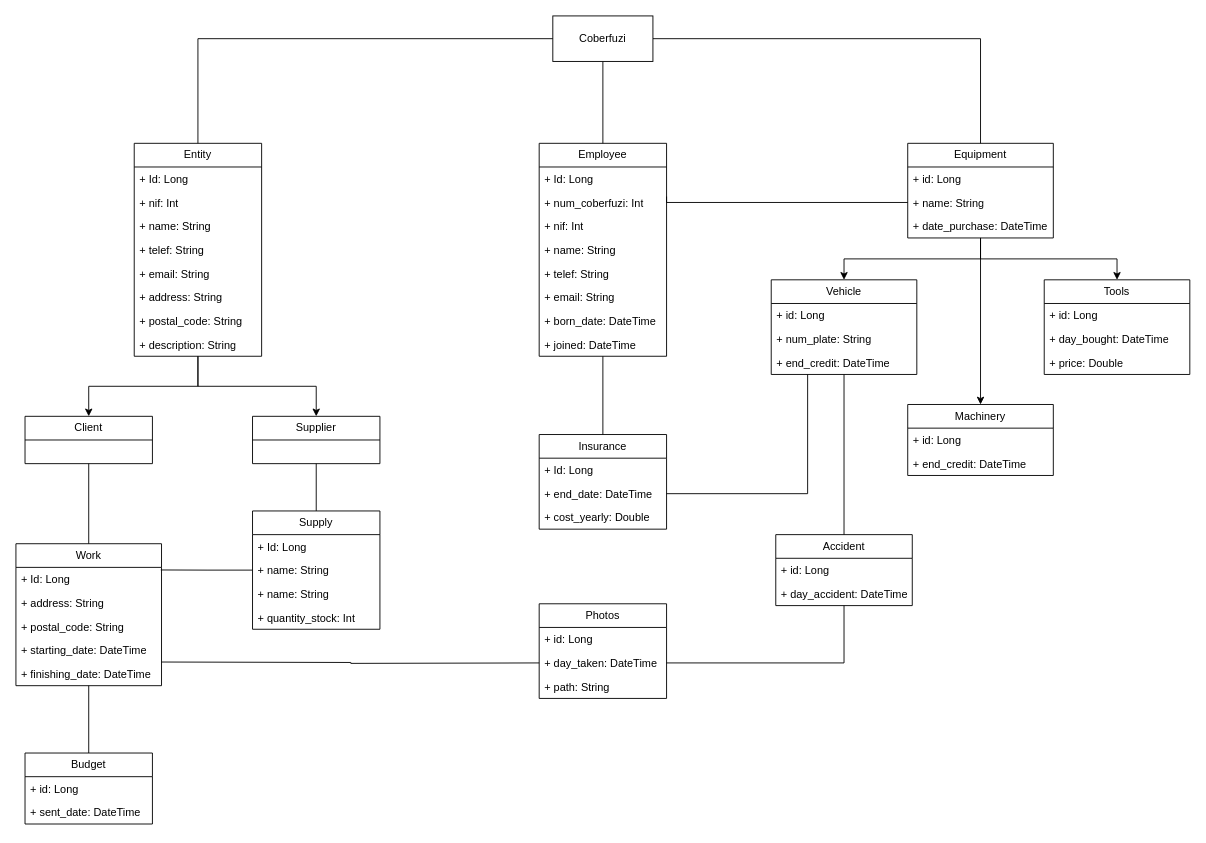
Before: page "Domain Model - With Fields" (2 of 2) of CoberfuziFileManager.drawio in Nickhsu11/CoberfuziFileManager, a draw.io diagram. Source tidied: cells renumbered, new cells numbered last; positions are measured from the earlier drawing's top-left corner, leaving out a move shared by most shapes. Both pictures are drawn from the tidied source at 91%, with x=0, y=0 at pixel (15, 15).
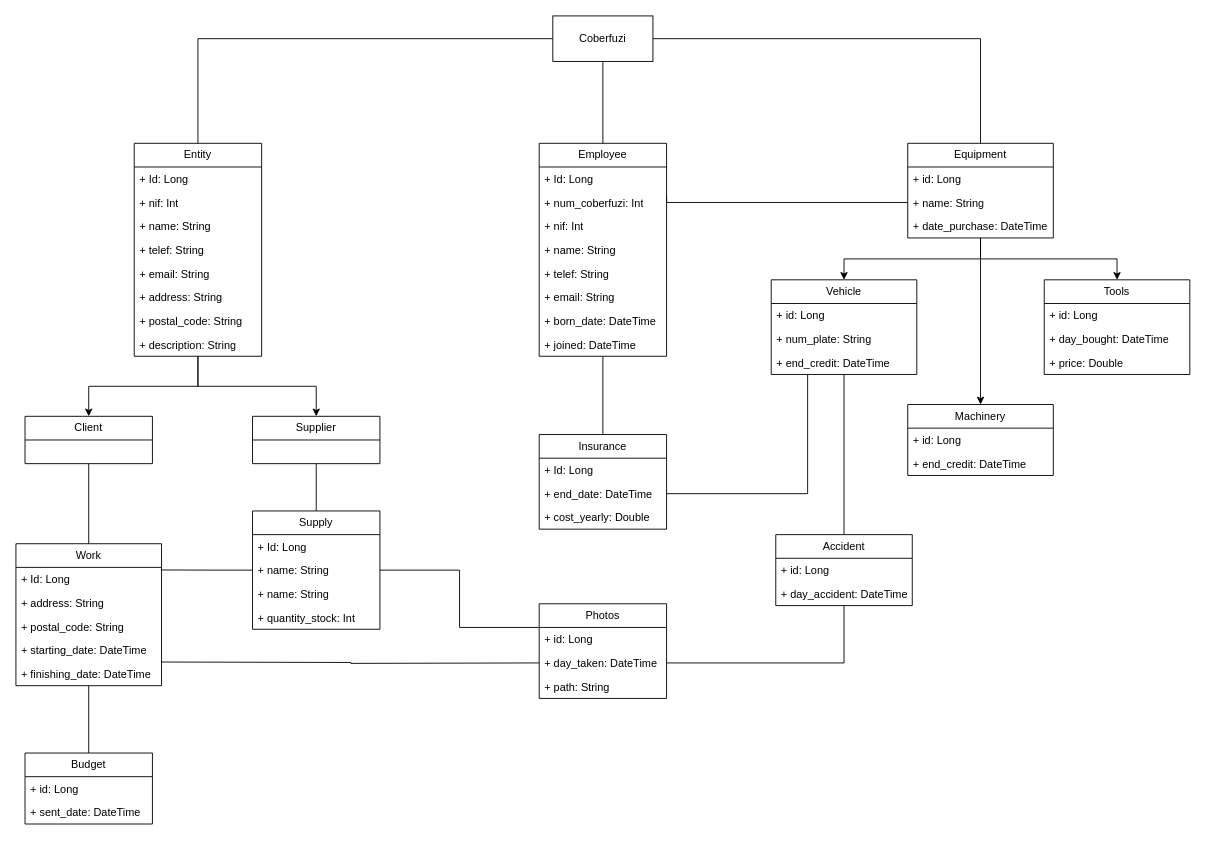
The same diagram, later.

The change refers to these unchanged cells:
```xml
<mxCell id="30" value="+ name: String" style="text;strokeColor=none;fillColor=none;align=left;verticalAlign=top;spacingLeft=4;spacingRight=4;overflow=hidden;points=[[0,0.5],[1,0.5]];portConstraint=eastwest;whiteSpace=wrap;html=1;" parent="28" vertex="1">
  <mxGeometry y="52" width="140" height="26" as="geometry" />
</mxCell>
<mxCell id="72" value="Photos" style="swimlane;fontStyle=0;horizontal=1;startSize=26;fillColor=none;whiteSpace=wrap;html=1;" parent="1" vertex="1">
  <mxGeometry x="575" y="646" width="140" height="104" as="geometry" />
</mxCell>
```

Change to the diagram source:
```diff
@@
+    <mxCell id="81" style="edgeStyle=orthogonalEdgeStyle;rounded=0;jettySize=auto;html=1;exitX=0;exitY=0.25;exitDx=0;exitDy=0;entryX=1;entryY=0.5;entryDx=0;entryDy=0;endArrow=none;endFill=0;" parent="1" edge="1" source="72" target="30">
+      <mxGeometry relative="1" as="geometry" />
+    </mxCell>
```
